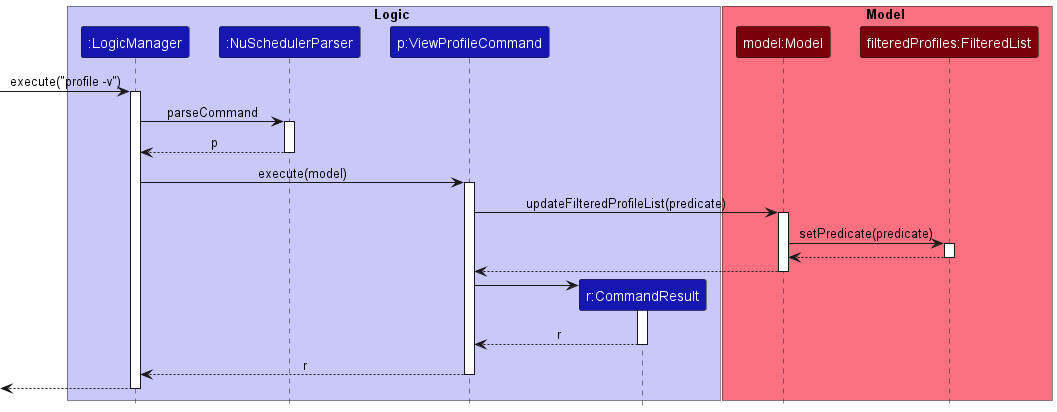
Above: docs/images/commands/ViewProfileCommandSequenceDiagram.png in nus-cs2103-AY2223S1/tp (PlantUML), before the change.
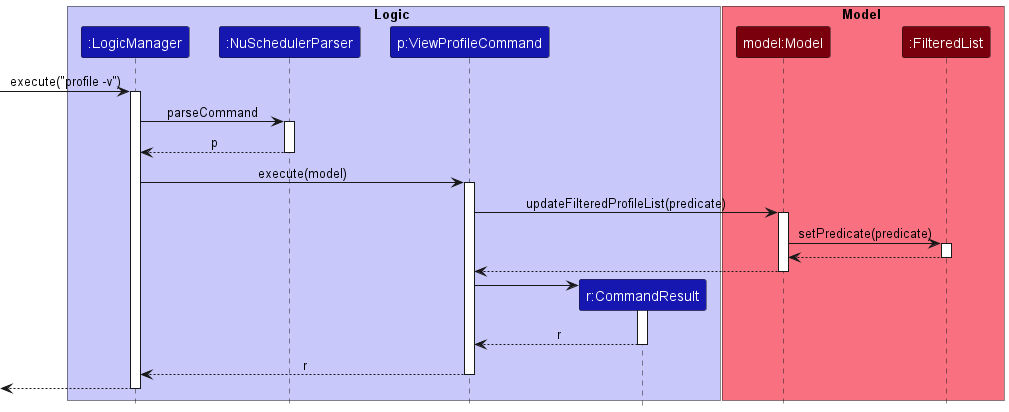
The same diagram one commit later.

Commit message:
Clean up ViewProfileCommand sequence diagram

The edit, as a diff of the source:
```diff
@@ -10,7 +10,7 @@
 
 box Model MODEL_COLOR_T1
 Participant "model:Model" as model MODEL_COLOR_T3
-Participant "filteredProfiles:FilteredList" as filteredList MODEL_COLOR_T3
+Participant ":FilteredList" as filteredList MODEL_COLOR_T3
 endBox
 
 -> logicManager ++: execute("profile -v")
```
